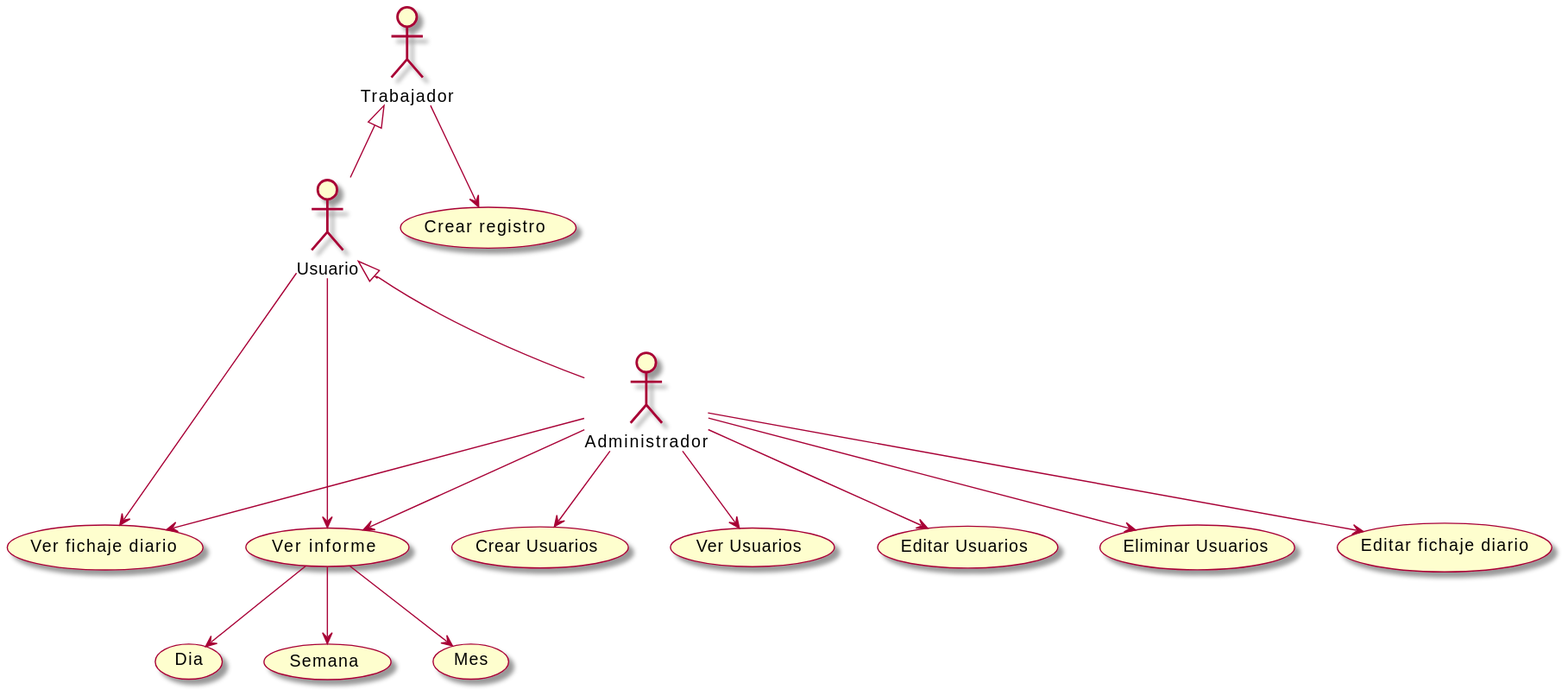
This is imagenes/casosDeUso/diagramaCasosDeUso.svg from mmasias/23-24-IdSw1-SDR, a PlantUML export, as it was before one commit.
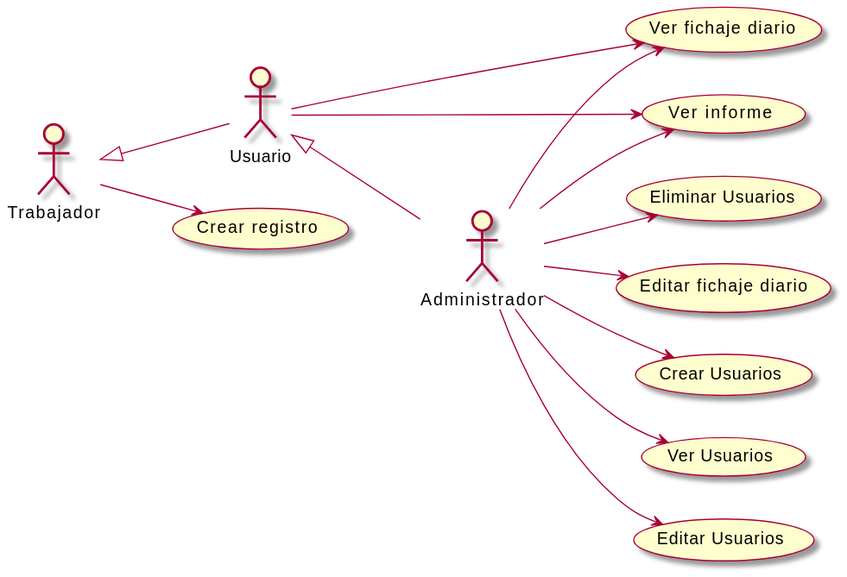
The same diagram one commit later.

Commit message:
Actualización diagrama de casos de uso

Change to the diagram source:
```diff
@@ -1,5 +1,6 @@
 @startuml
 skin rose
+left to right direction
 
 Usuario -up-|> Trabajador
 Administrador -up-|> Usuario
@@ -18,8 +19,4 @@
 Administrador --> (Ver Usuarios)
 Administrador --> (Editar Usuarios)
 Administrador --> (Eliminar Usuarios)
-
-(Ver informe) --> (Dia)
-(Ver informe) --> (Semana)
-(Ver informe) --> (Mes)
 @enduml
```
